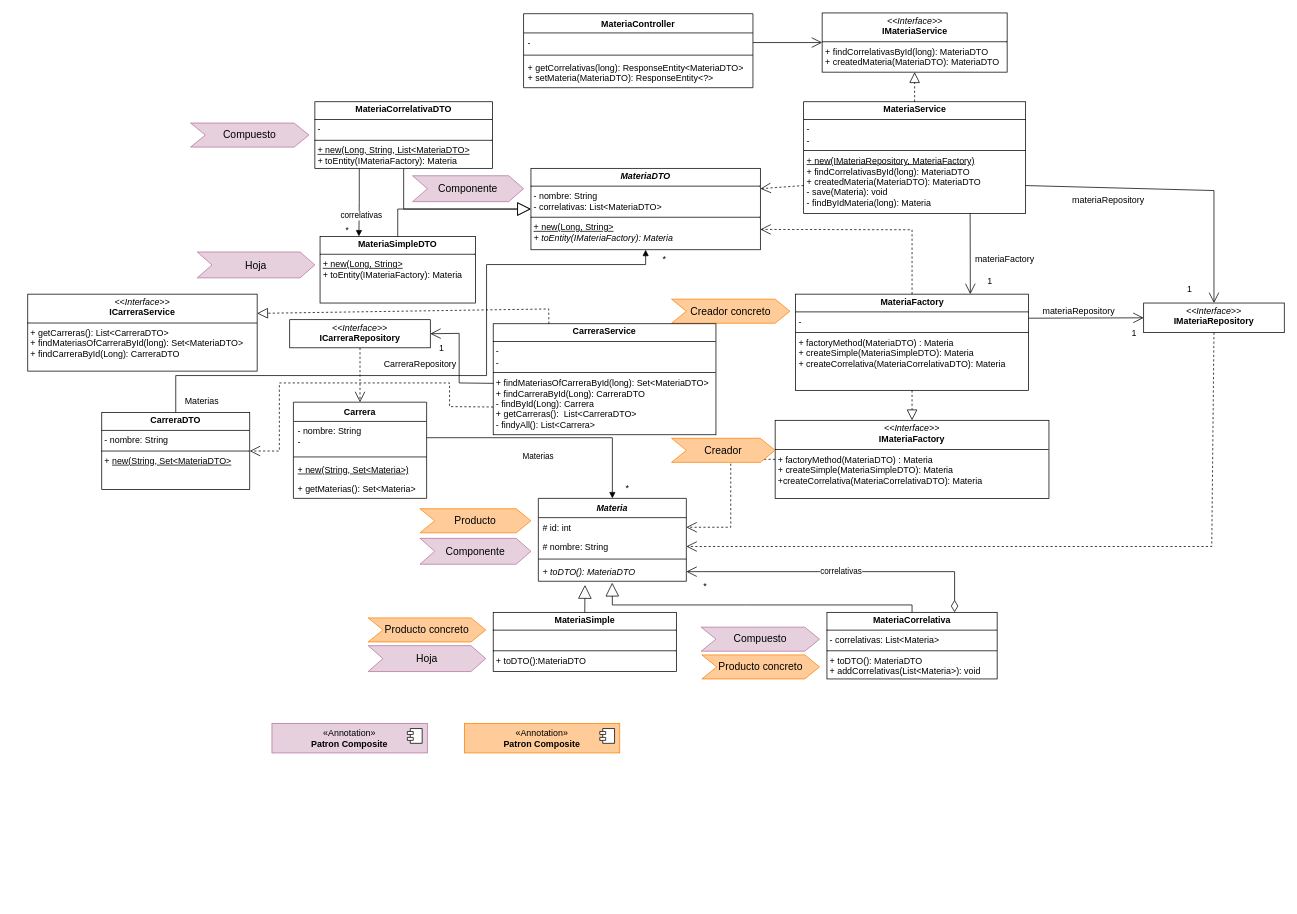
This is Diagramas/Tempus-MER.drawio from tomasmendoza-unq/Tempus, a draw.io file, before an edit. Source tidied: cells renumbered, new cells numbered last; positions are measured from the earlier drawing's top-left corner, leaving out a move shared by most shapes. Both pictures are drawn from the tidied source at 74%, with x=0, y=0 at pixel (27, 13).
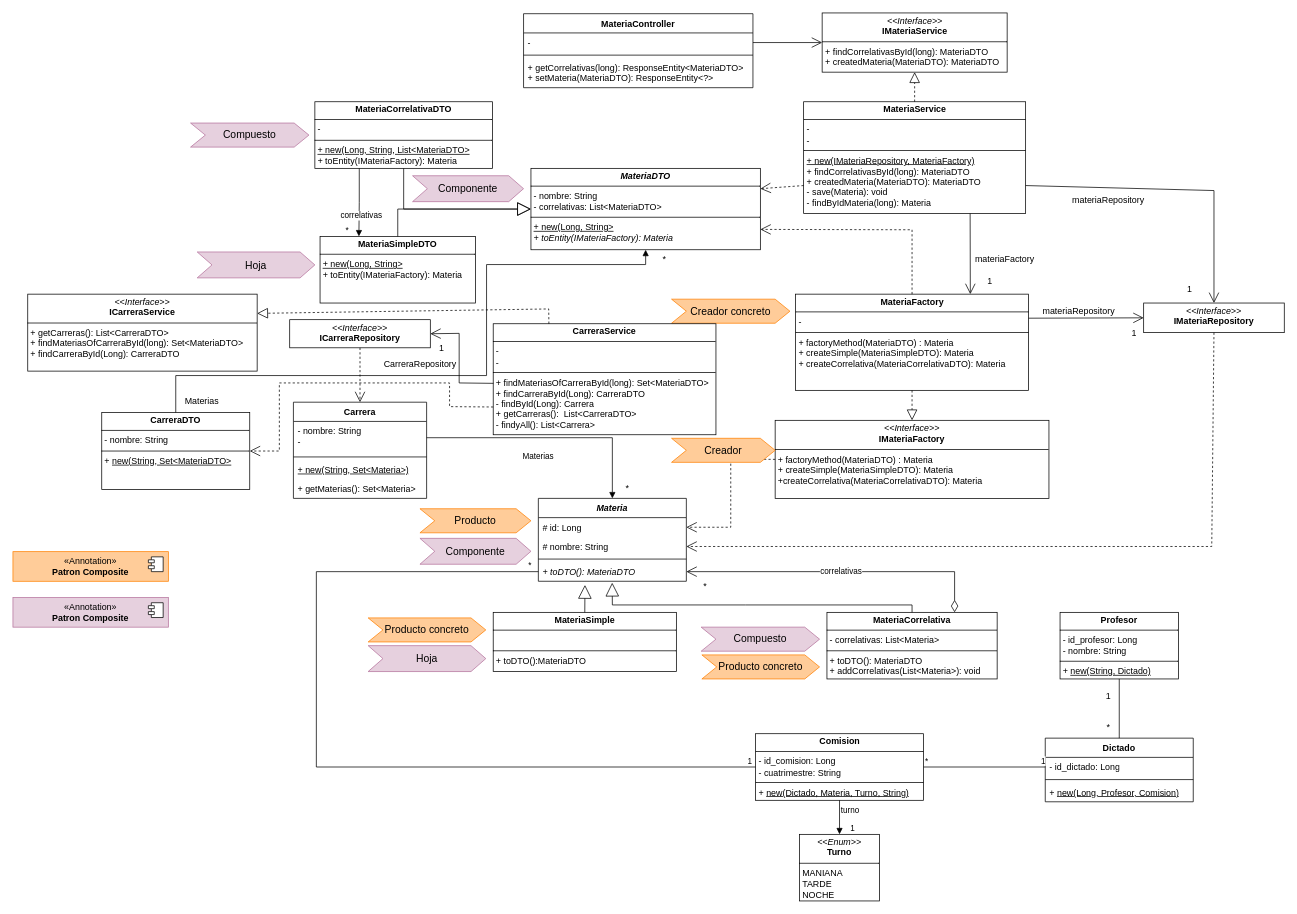
After the change.

Unchanged cells that the change refers to:
```xml
<mxCell id="11" value="&lt;i&gt;Materia&lt;/i&gt;" style="swimlane;fontStyle=1;align=center;verticalAlign=top;horizontal=1;startSize=26;whiteSpace=wrap;html=1;" parent="1" vertex="1">
  <mxGeometry x="690" y="656" width="200" height="112" as="geometry" />
</mxCell>
<mxCell id="15" value="&lt;i&gt;+ toDTO(): MateriaDTO&lt;/i&gt;" style="text;strokeColor=none;fillColor=none;align=left;verticalAlign=top;spacingLeft=4;spacingRight=4;overflow=hidden;points=[[0,0.5],[1,0.5]];portConstraint=eastwest;whiteSpace=wrap;html=1;" parent="11" vertex="1">
  <mxGeometry y="86" width="200" height="26" as="geometry" />
</mxCell>
```

What changed in the source:
```diff
@@
     <mxCell id="7" value="«Annotation»&lt;br&gt;&lt;b&gt;Patron Composite&lt;/b&gt;" style="html=1;whiteSpace=wrap;fillColor=#E6D0DE;strokeColor=#B5739D;" parent="1" vertex="1">
-      <mxGeometry x="330" y="960" width="210" height="40" as="geometry" />
+      <mxGeometry x="-20" y="790" width="210" height="40" as="geometry" />
     </mxCell>
@@
-    <mxCell id="12" value="# id: int" style="text;strokeColor=none;fillColor=none;align=left;verticalAlign=top;spacingLeft=4;spacingRight=4;overflow=hidden;points=[[0,0.5],[1,0.5]];portConstraint=eastwest;whiteSpace=wrap;html=1;" parent="11" vertex="1">
+    <mxCell id="12" value="# id: Long" style="text;strokeColor=none;fillColor=none;align=left;verticalAlign=top;spacingLeft=4;spacingRight=4;overflow=hidden;points=[[0,0.5],[1,0.5]];portConstraint=eastwest;whiteSpace=wrap;html=1;" parent="11" vertex="1">
       <mxGeometry y="26" width="200" height="26" as="geometry" />
     </mxCell>
@@
     <mxCell id="23" value="«Annotation»&lt;br&gt;&lt;b&gt;Patron Composite&lt;/b&gt;" style="html=1;whiteSpace=wrap;fillColor=#FFCC99;strokeColor=#FF8000;" parent="1" vertex="1">
-      <mxGeometry x="590" y="960" width="210" height="40" as="geometry" />
+      <mxGeometry x="-20" y="728" width="210" height="40" as="geometry" />
     </mxCell>
@@
+    <mxCell id="80" value="&lt;p style=&quot;margin:0px;margin-top:4px;text-align:center;&quot;&gt;&lt;b&gt;Profesor&lt;/b&gt;&lt;/p&gt;&lt;hr size=&quot;1&quot; style=&quot;border-style:solid;&quot;&gt;&lt;p style=&quot;margin:0px;margin-left:4px;&quot;&gt;- id_profesor: Long&lt;/p&gt;&lt;p style=&quot;margin:0px;margin-left:4px;&quot;&gt;- nombre: String&lt;/p&gt;&lt;hr size=&quot;1&quot; style=&quot;border-style:solid;&quot;&gt;&lt;p style=&quot;margin:0px;margin-left:4px;&quot;&gt;+ &lt;u&gt;new(String, Dictado)&lt;/u&gt;&lt;/p&gt;" style="verticalAlign=top;align=left;overflow=fill;html=1;whiteSpace=wrap;" parent="1" vertex="1">
+      <mxGeometry x="1395" y="810" width="160" height="90" as="geometry" />
+    </mxCell>
+    <mxCell id="81" value="Dictado" style="swimlane;fontStyle=1;align=center;verticalAlign=top;horizontal=1;startSize=26;whiteSpace=wrap;html=1;" parent="1" vertex="1">
+      <mxGeometry x="1375" y="980" width="200" height="86" as="geometry" />
+    </mxCell>
+    <mxCell id="82" value="- id_dictado: Long&lt;div&gt;&lt;br&gt;&lt;/div&gt;" style="text;strokeColor=none;fillColor=none;align=left;verticalAlign=top;spacingLeft=4;spacingRight=4;overflow=hidden;points=[[0,0.5],[1,0.5]];portConstraint=eastwest;whiteSpace=wrap;html=1;" parent="81" vertex="1">
+      <mxGeometry y="26" width="200" height="26" as="geometry" />
+    </mxCell>
+    <mxCell id="83" style="line;strokeWidth=1;fillColor=none;align=left;verticalAlign=middle;spacingTop=-1;spacingLeft=3;spacingRight=3;labelPosition=right;strokeColor=inherit;" parent="81" vertex="1">
+      <mxGeometry y="52" width="200" height="8" as="geometry" />
+    </mxCell>
+    <mxCell id="84" value="+ &lt;u&gt;new(Long, Profesor, Comision)&lt;/u&gt;" style="text;strokeColor=none;fillColor=none;align=left;verticalAlign=top;spacingLeft=4;spacingRight=4;overflow=hidden;whiteSpace=wrap;html=1;" parent="81" vertex="1">
+      <mxGeometry y="60" width="200" height="26" as="geometry" />
+    </mxCell>
+    <mxCell id="85" style="endArrow=none;html=1;edgeStyle=orthogonalEdgeStyle;rounded=0;exitX=0.5;exitY=1;exitDx=0;exitDy=0;entryX=0.5;entryY=0;entryDx=0;entryDy=0;" parent="1" edge="1" source="80" target="81">
+      <mxGeometry relative="1" as="geometry" />
+    </mxCell>
+    <mxCell id="86" value="1" style="text;html=1;align=center;verticalAlign=middle;strokeColor=none;fillColor=none;" parent="1" vertex="1">
+      <mxGeometry x="1445" y="908" width="30" height="30" as="geometry" />
+    </mxCell>
+    <mxCell id="87" value="*" style="text;html=1;align=center;verticalAlign=middle;strokeColor=none;fillColor=none;" parent="1" vertex="1">
+      <mxGeometry x="1445" y="950" width="30" height="30" as="geometry" />
+    </mxCell>
+    <mxCell id="88" value="&lt;p style=&quot;margin:0px;margin-top:4px;text-align:center;&quot;&gt;&lt;b&gt;Comision&lt;/b&gt;&lt;/p&gt;&lt;hr size=&quot;1&quot; style=&quot;border-style:solid;&quot;&gt;&lt;p style=&quot;margin:0px;margin-left:4px;&quot;&gt;- id_comision: Long&lt;/p&gt;&lt;p style=&quot;margin:0px;margin-left:4px;&quot;&gt;- cuatrimestre: String&lt;/p&gt;&lt;hr size=&quot;1&quot; style=&quot;border-style:solid;&quot;&gt;&lt;p style=&quot;margin:0px;margin-left:4px;&quot;&gt;+ &lt;u&gt;new(Dictado, Materia, Turno, String)&lt;/u&gt;&lt;/p&gt;&lt;p style=&quot;margin:0px;margin-left:4px;&quot;&gt;&lt;u&gt;&lt;br&gt;&lt;/u&gt;&lt;/p&gt;" style="verticalAlign=top;align=left;overflow=fill;html=1;whiteSpace=wrap;" parent="1" vertex="1">
+      <mxGeometry x="983.5" y="974" width="227" height="90" as="geometry" />
+    </mxCell>
+    <mxCell id="89" style="endArrow=none;html=1;edgeStyle=orthogonalEdgeStyle;rounded=0;exitX=1;exitY=0.5;exitDx=0;exitDy=0;entryX=0;entryY=0.5;entryDx=0;entryDy=0;" parent="1" edge="1" source="88" target="82">
+      <mxGeometry relative="1" as="geometry" />
+    </mxCell>
+    <mxCell id="90" value="*" style="edgeLabel;html=1;align=left;verticalAlign=bottom;" parent="89" vertex="1">
+      <mxGeometry x="-1" relative="1" as="geometry" />
+    </mxCell>
+    <mxCell id="91" value="1" style="edgeLabel;html=1;align=right;verticalAlign=bottom;" parent="89" vertex="1">
+      <mxGeometry x="1" relative="1" as="geometry" />
+    </mxCell>
+    <mxCell id="92" value="&lt;p style=&quot;margin:0px;margin-top:4px;text-align:center;&quot;&gt;&lt;i&gt;&amp;lt;&amp;lt;Enum&amp;gt;&amp;gt;&lt;/i&gt;&lt;br&gt;&lt;b&gt;Turno&lt;/b&gt;&lt;/p&gt;&lt;hr size=&quot;1&quot; style=&quot;border-style:solid;&quot;&gt;&lt;p style=&quot;margin:0px;margin-left:4px;&quot;&gt;MANIANA&amp;nbsp;&lt;/p&gt;&lt;p style=&quot;margin:0px;margin-left:4px;&quot;&gt;TARDE&lt;/p&gt;&lt;p style=&quot;margin:0px;margin-left:4px;&quot;&gt;NOCHE&lt;/p&gt;" style="verticalAlign=top;align=left;overflow=fill;html=1;whiteSpace=wrap;" parent="1" vertex="1">
+      <mxGeometry x="1043" y="1110" width="108" height="90" as="geometry" />
+    </mxCell>
+    <mxCell id="93" value="turno" style="endArrow=block;endFill=1;html=1;edgeStyle=orthogonalEdgeStyle;align=left;verticalAlign=top;rounded=0;exitX=0.5;exitY=1;exitDx=0;exitDy=0;entryX=0.5;entryY=0;entryDx=0;entryDy=0;" parent="1" edge="1" source="88" target="92">
+      <mxGeometry x="-1" relative="1" as="geometry" />
+    </mxCell>
+    <mxCell id="94" value="1" style="edgeLabel;html=1;align=left;verticalAlign=bottom;" parent="93" vertex="1">
+      <mxGeometry x="-1" relative="1" as="geometry">
+        <mxPoint x="13" y="46" as="offset" />
+      </mxGeometry>
+    </mxCell>
+    <mxCell id="95" style="endArrow=none;html=1;edgeStyle=orthogonalEdgeStyle;rounded=0;exitX=0;exitY=0.5;exitDx=0;exitDy=0;entryX=0;entryY=0.5;entryDx=0;entryDy=0;" parent="1" edge="1" source="88" target="15">
+      <mxGeometry relative="1" as="geometry">
+        <Array as="points">
+          <mxPoint x="390" y="1019" />
+          <mxPoint x="390" y="755" />
+        </Array>
+      </mxGeometry>
+    </mxCell>
+    <mxCell id="96" value="1" style="edgeLabel;html=1;align=left;verticalAlign=bottom;" parent="95" vertex="1">
+      <mxGeometry x="-1" relative="1" as="geometry">
+        <mxPoint x="-13" as="offset" />
+      </mxGeometry>
+    </mxCell>
+    <mxCell id="97" value="*" style="edgeLabel;html=1;align=right;verticalAlign=bottom;" parent="95" vertex="1">
+      <mxGeometry x="1" relative="1" as="geometry">
+        <mxPoint x="-10" as="offset" />
+      </mxGeometry>
+    </mxCell>
```
